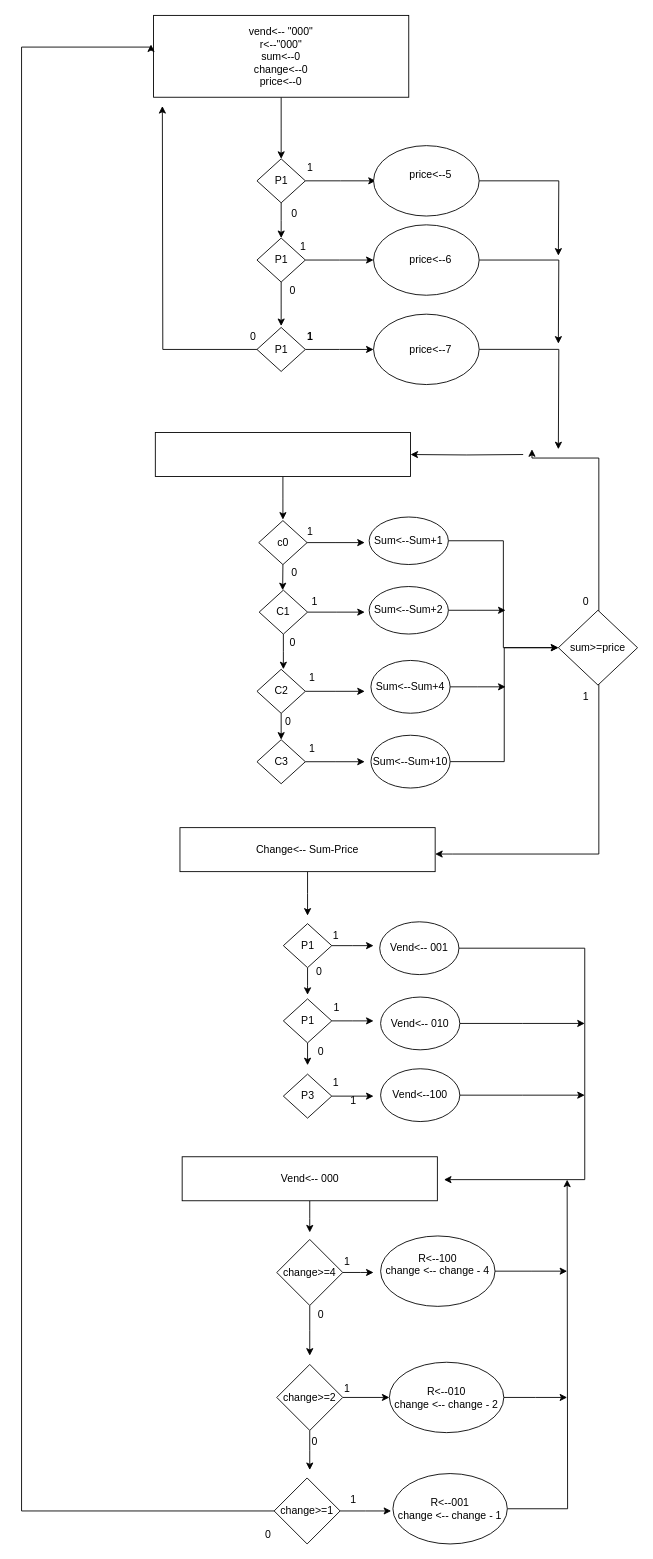
ramideeb/VendingMachine keeps this draw.io diagram as Untitled Diagram.drawio. Above is the earlier version. Source tidied: cells renumbered, new cells numbered last; positions are measured from the earlier drawing's top-left corner, leaving out a move shared by most shapes. Both pictures are drawn from the tidied source at 88%, with x=0, y=0 at pixel (21, 15).
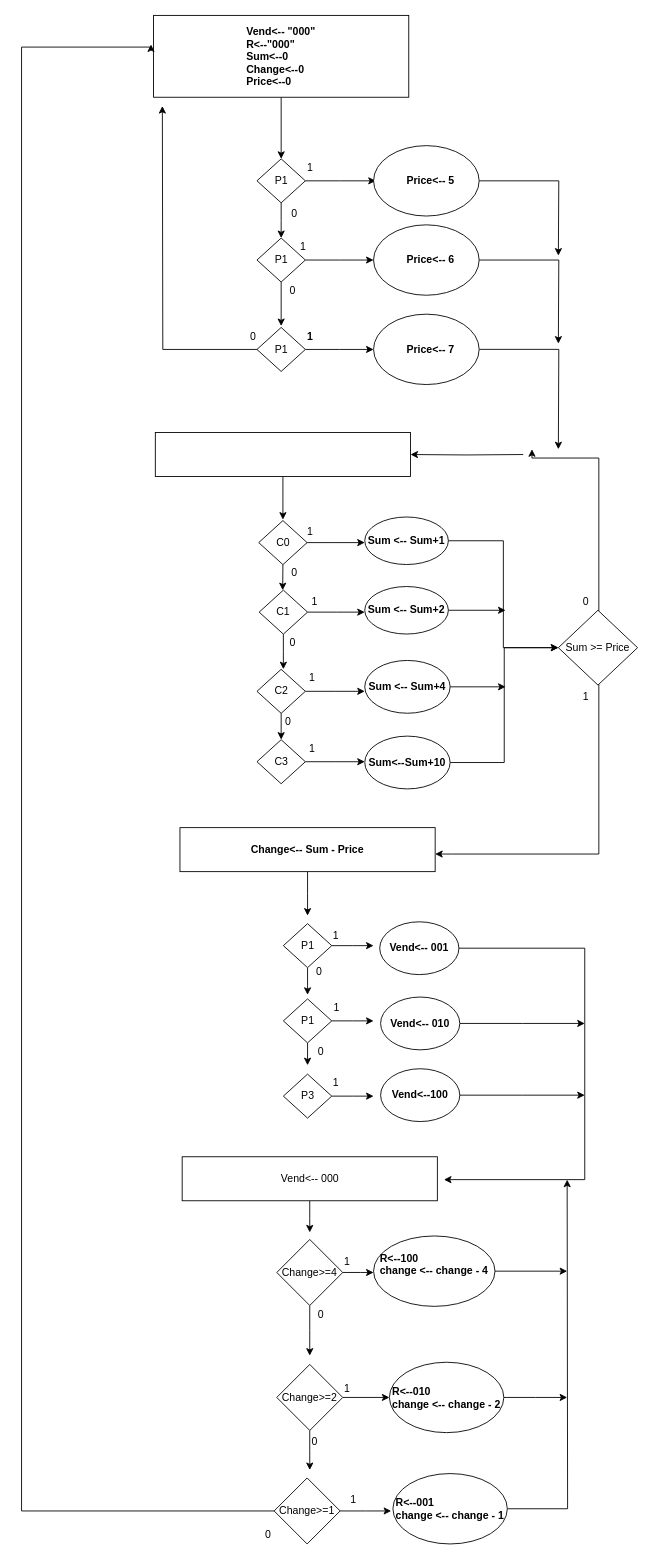
The same diagram, later.

What changed in the source:
```diff
@@
-    <mxCell id="3" value="&lt;div&gt;vend&amp;lt;-- &quot;000&quot;&lt;/div&gt;&lt;div&gt;r&amp;lt;--&quot;000&quot;&lt;/div&gt;&lt;div&gt;sum&amp;lt;--0&lt;/div&gt;&lt;div&gt;change&amp;lt;--0&lt;/div&gt;&lt;div&gt;price&amp;lt;--0&lt;/div&gt;" style="rounded=0;whiteSpace=wrap;html=1;" parent="1" vertex="1">
+    <mxCell id="3" value="&lt;div style=&quot;text-align: left&quot;&gt;&lt;b&gt;Vend&amp;lt;-- &quot;000&quot;&lt;/b&gt;&lt;/div&gt;&lt;div style=&quot;text-align: left&quot;&gt;&lt;b&gt;R&amp;lt;--&quot;000&quot;&lt;/b&gt;&lt;/div&gt;&lt;div style=&quot;text-align: left&quot;&gt;&lt;b&gt;Sum&amp;lt;--0&lt;/b&gt;&lt;/div&gt;&lt;div style=&quot;text-align: left&quot;&gt;&lt;b&gt;Change&amp;lt;--0&lt;/b&gt;&lt;/div&gt;&lt;div style=&quot;text-align: left&quot;&gt;&lt;b&gt;Price&amp;lt;--0&lt;/b&gt;&lt;/div&gt;" style="rounded=0;whiteSpace=wrap;html=1;" parent="1" vertex="1">
       <mxGeometry x="150" width="290" height="93" as="geometry" />
     </mxCell>
@@
-    <mxCell id="22" value="&lt;div&gt;&amp;nbsp; &amp;nbsp;price&amp;lt;--5&lt;/div&gt;&lt;div&gt;&lt;br&gt;&lt;/div&gt;" style="ellipse;whiteSpace=wrap;html=1;" parent="1" vertex="1">
+    <mxCell id="22" value="&lt;div&gt;&lt;b&gt;&amp;nbsp; &amp;nbsp;Price&amp;lt;-- 5&lt;/b&gt;&lt;/div&gt;" style="ellipse;whiteSpace=wrap;html=1;" parent="1" vertex="1">
       <mxGeometry x="400" y="148" width="120" height="80" as="geometry" />
     </mxCell>
@@
-    <mxCell id="24" value="&lt;div&gt;&amp;nbsp; &amp;nbsp;price&amp;lt;--6&lt;/div&gt;" style="ellipse;whiteSpace=wrap;html=1;" parent="1" vertex="1">
+    <mxCell id="24" value="&lt;div&gt;&lt;b&gt;&amp;nbsp; &amp;nbsp;Price&amp;lt;-- 6&lt;/b&gt;&lt;/div&gt;" style="ellipse;whiteSpace=wrap;html=1;" parent="1" vertex="1">
       <mxGeometry x="400" y="238" width="120" height="80" as="geometry" />
     </mxCell>
@@
-    <mxCell id="26" value="&lt;div&gt;&amp;nbsp; &amp;nbsp;price&amp;lt;--7&lt;/div&gt;" style="ellipse;whiteSpace=wrap;html=1;" parent="1" vertex="1">
+    <mxCell id="26" value="&lt;div style=&quot;text-align: left&quot;&gt;&lt;b&gt;&amp;nbsp; &amp;nbsp;Price&amp;lt;-- 7&lt;/b&gt;&lt;/div&gt;" style="ellipse;whiteSpace=wrap;html=1;" parent="1" vertex="1">
       <mxGeometry x="400" y="339.5" width="120" height="80" as="geometry" />
     </mxCell>
@@
-    <mxCell id="30" value="c0" style="rhombus;whiteSpace=wrap;html=1;" parent="1" vertex="1">
+    <mxCell id="30" value="C0" style="rhombus;whiteSpace=wrap;html=1;" parent="1" vertex="1">
       <mxGeometry x="269.5" y="574.1" width="55" height="50" as="geometry" />
     </mxCell>
@@
-    <mxCell id="40" value="&lt;div&gt;Sum&amp;lt;--Sum+1&lt;/div&gt;" style="ellipse;whiteSpace=wrap;html=1;" parent="1" vertex="1">
-      <mxGeometry x="395" y="570" width="90" height="54" as="geometry" />
+    <mxCell id="40" value="&lt;div&gt;&lt;b&gt;Sum &amp;lt;-- Sum+1&lt;/b&gt;&lt;/div&gt;" style="ellipse;whiteSpace=wrap;html=1;" parent="1" vertex="1">
+      <mxGeometry x="390" y="570" width="95" height="54" as="geometry" />
     </mxCell>
@@
-    <mxCell id="42" value="Sum&amp;lt;--Sum+2&lt;br&gt;" style="ellipse;whiteSpace=wrap;html=1;" parent="1" vertex="1">
-      <mxGeometry x="395" y="649" width="90" height="54" as="geometry" />
+    <mxCell id="42" value="&lt;b&gt;Sum &amp;lt;-- Sum+2&lt;/b&gt;&lt;br&gt;" style="ellipse;whiteSpace=wrap;html=1;" parent="1" vertex="1">
+      <mxGeometry x="390" y="649" width="95" height="54" as="geometry" />
     </mxCell>
@@
-    <mxCell id="44" value="Sum&amp;lt;--Sum+4&lt;br&gt;" style="ellipse;whiteSpace=wrap;html=1;" parent="1" vertex="1">
-      <mxGeometry x="397" y="733" width="90" height="60" as="geometry" />
+    <mxCell id="44" value="&lt;b&gt;Sum &amp;lt;-- Sum+4&lt;/b&gt;&lt;br&gt;" style="ellipse;whiteSpace=wrap;html=1;" parent="1" vertex="1">
+      <mxGeometry x="390" y="733" width="97" height="60" as="geometry" />
     </mxCell>
@@
-    <mxCell id="46" value="Sum&amp;lt;--Sum+10&lt;br&gt;" style="ellipse;whiteSpace=wrap;html=1;" parent="1" vertex="1">
-      <mxGeometry x="397" y="818" width="90" height="60" as="geometry" />
+    <mxCell id="46" value="&lt;b&gt;Sum&amp;lt;--Sum+10&lt;/b&gt;&lt;br&gt;" style="ellipse;whiteSpace=wrap;html=1;" parent="1" vertex="1">
+      <mxGeometry x="390" y="819" width="97" height="60" as="geometry" />
     </mxCell>
@@
-    <mxCell id="50" value="sum&amp;gt;=price" style="rhombus;whiteSpace=wrap;html=1;" parent="1" vertex="1">
+    <mxCell id="50" value="Sum &amp;gt;= Price" style="rhombus;whiteSpace=wrap;html=1;" parent="1" vertex="1">
       <mxGeometry x="610" y="676" width="90" height="85" as="geometry" />
     </mxCell>
@@
-    <mxCell id="53" value="Change&amp;lt;-- Sum-Price" style="rounded=0;whiteSpace=wrap;html=1;" parent="1" vertex="1">
+    <mxCell id="53" value="&lt;b&gt;Change&amp;lt;-- Sum - Price&lt;/b&gt;" style="rounded=0;whiteSpace=wrap;html=1;" parent="1" vertex="1">
       <mxGeometry x="180" y="923" width="290" height="50" as="geometry" />
     </mxCell>
@@
-    <mxCell id="63" value="Vend&amp;lt;-- 001&lt;br&gt;" style="ellipse;whiteSpace=wrap;html=1;" parent="1" vertex="1">
+    <mxCell id="63" value="&lt;b&gt;Vend&amp;lt;-- 001&lt;/b&gt;&lt;br&gt;" style="ellipse;whiteSpace=wrap;html=1;" parent="1" vertex="1">
       <mxGeometry x="407" y="1030" width="90" height="60" as="geometry" />
     </mxCell>
@@
-    <mxCell id="65" value="Vend&amp;lt;-- 010" style="ellipse;whiteSpace=wrap;html=1;" parent="1" vertex="1">
+    <mxCell id="65" value="&lt;b&gt;Vend&amp;lt;-- 010&lt;/b&gt;" style="ellipse;whiteSpace=wrap;html=1;" parent="1" vertex="1">
       <mxGeometry x="408" y="1115.5" width="90" height="60" as="geometry" />
     </mxCell>
@@
-    <mxCell id="67" value="Vend&amp;lt;--100" style="ellipse;whiteSpace=wrap;html=1;" parent="1" vertex="1">
+    <mxCell id="67" value="&lt;b&gt;Vend&amp;lt;--100&lt;/b&gt;" style="ellipse;whiteSpace=wrap;html=1;" parent="1" vertex="1">
       <mxGeometry x="408" y="1197" width="90" height="60" as="geometry" />
     </mxCell>
@@
-    <mxCell id="77" value="change&amp;gt;=4&lt;br&gt;" style="rhombus;whiteSpace=wrap;html=1;" parent="1" vertex="1">
+    <mxCell id="77" value="Change&amp;gt;=4&lt;br&gt;" style="rhombus;whiteSpace=wrap;html=1;" parent="1" vertex="1">
       <mxGeometry x="290" y="1391" width="75" height="75" as="geometry" />
     </mxCell>
@@
-    <mxCell id="80" value="change&amp;gt;=2&lt;br&gt;" style="rhombus;whiteSpace=wrap;html=1;" parent="1" vertex="1">
+    <mxCell id="80" value="Change&amp;gt;=2&lt;br&gt;" style="rhombus;whiteSpace=wrap;html=1;" parent="1" vertex="1">
       <mxGeometry x="290" y="1533" width="75" height="75" as="geometry" />
     </mxCell>
@@
-    <mxCell id="83" value="change&amp;gt;=1&lt;br&gt;" style="rhombus;whiteSpace=wrap;html=1;" parent="1" vertex="1">
+    <mxCell id="83" value="Change&amp;gt;=1&lt;br&gt;" style="rhombus;whiteSpace=wrap;html=1;" parent="1" vertex="1">
       <mxGeometry x="287" y="1662" width="75" height="75" as="geometry" />
     </mxCell>
@@
-    <mxCell id="85" value="R&amp;lt;--100&lt;br&gt;&lt;div&gt;change &amp;lt;-- change - 4&lt;/div&gt;&lt;div&gt;&lt;br&gt;&lt;/div&gt;" style="ellipse;whiteSpace=wrap;html=1;" parent="1" vertex="1">
-      <mxGeometry x="408" y="1387" width="130" height="80" as="geometry" />
+    <mxCell id="85" value="&lt;div style=&quot;text-align: left&quot;&gt;&lt;span&gt;&lt;b&gt;R&amp;lt;--100&lt;/b&gt;&lt;/span&gt;&lt;/div&gt;&lt;div style=&quot;text-align: left&quot;&gt;&lt;b&gt;change &amp;lt;-- change - 4&lt;/b&gt;&lt;/div&gt;&lt;div style=&quot;text-align: left&quot;&gt;&lt;br&gt;&lt;/div&gt;" style="ellipse;whiteSpace=wrap;html=1;" parent="1" vertex="1">
+      <mxGeometry x="400" y="1387" width="138" height="80" as="geometry" />
     </mxCell>
@@
-    <mxCell id="87" value="R&amp;lt;--010&lt;br&gt;&lt;div&gt;change &amp;lt;-- change - 2&lt;/div&gt;" style="ellipse;whiteSpace=wrap;html=1;" parent="1" vertex="1">
+    <mxCell id="87" value="&lt;div style=&quot;text-align: left&quot;&gt;&lt;b&gt;R&amp;lt;--010&lt;/b&gt;&lt;/div&gt;&lt;div style=&quot;text-align: left&quot;&gt;&lt;b&gt;change &amp;lt;-- change - 2&lt;/b&gt;&lt;/div&gt;" style="ellipse;whiteSpace=wrap;html=1;" parent="1" vertex="1">
       <mxGeometry x="418" y="1530.5" width="130" height="80" as="geometry" />
     </mxCell>
@@
-    <mxCell id="89" value="R&amp;lt;--001&lt;br&gt;&lt;div&gt;change &amp;lt;-- change - 1&lt;/div&gt;" style="ellipse;whiteSpace=wrap;html=1;" parent="1" vertex="1">
+    <mxCell id="89" value="&lt;div style=&quot;text-align: left&quot;&gt;&lt;span&gt;&lt;b&gt;R&amp;lt;--001&lt;/b&gt;&lt;/span&gt;&lt;/div&gt;&lt;div style=&quot;text-align: left&quot;&gt;&lt;b&gt;change &amp;lt;-- change - 1&lt;/b&gt;&lt;/div&gt;" style="ellipse;whiteSpace=wrap;html=1;" parent="1" vertex="1">
       <mxGeometry x="422" y="1657" width="130" height="80" as="geometry" />
     </mxCell>
@@
-    <mxCell id="91" value="1" style="text;html=1;align=left;verticalAlign=top;spacingTop=-4;" parent="1" vertex="1">
-      <mxGeometry x="372" y="1223" width="20" height="20" as="geometry" />
-    </mxCell>
```
